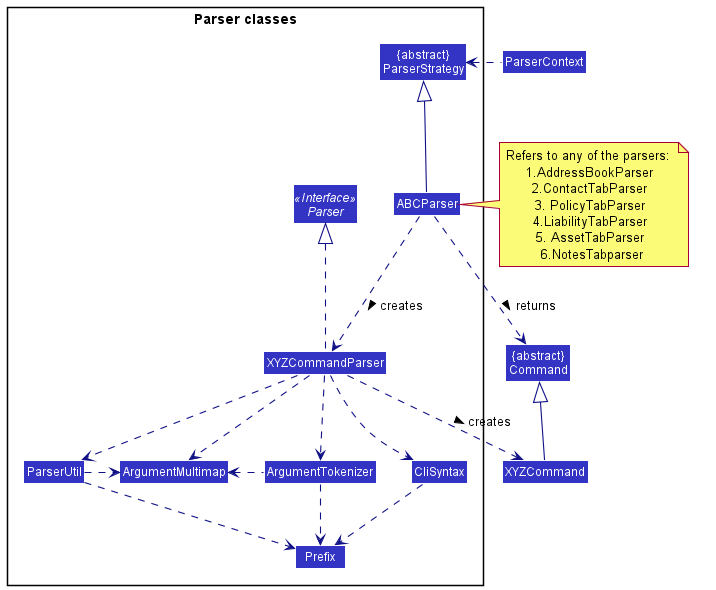
The PlantUML diagram docs/images/ParserClasses.png in sheehui/tp, before a commit. Its source is kept beside it as docs/diagrams/ParserClasses.puml.
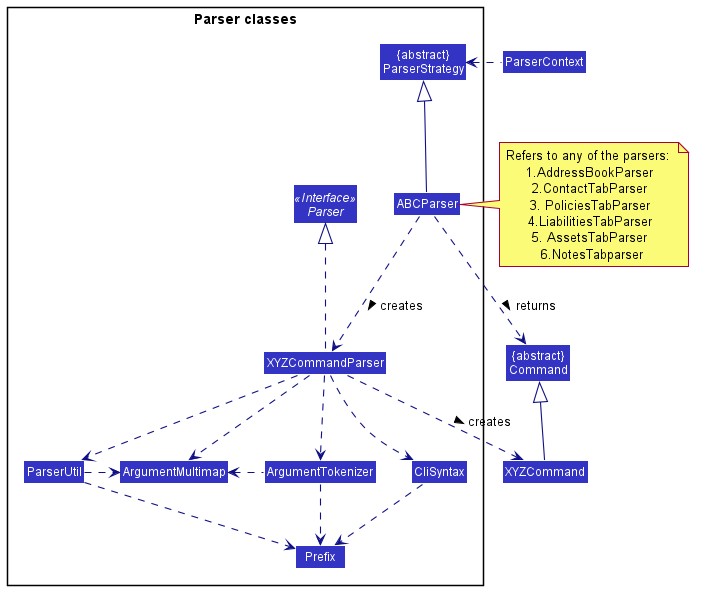
Above is the later version.

Change to the diagram source:
```diff
@@ -25,7 +25,7 @@
 
 ABCParser -up-|> ParserStrategy
 ABCParser .down.> XYZCommandParser: creates >
-note right of ABCParser: Refers to any of the parsers: \n 1.AddressBookParser \n 2.ContactTabParser \n 3. PolicyTabParser \n 4.LiabilityTabParser \n 5. AssetTabParser \n 6.NotesTabparser
+note right of ABCParser: Refers to any of the parsers: \n 1.AddressBookParser \n 2.ContactTabParser \n 3. PoliciesTabParser \n 4.LiabilitiesTabParser \n 5. AssetsTabParser \n 6.NotesTabparser
 
 XYZCommandParser ..> XYZCommand : creates >
 ABCParser ..> Command : returns >
```
